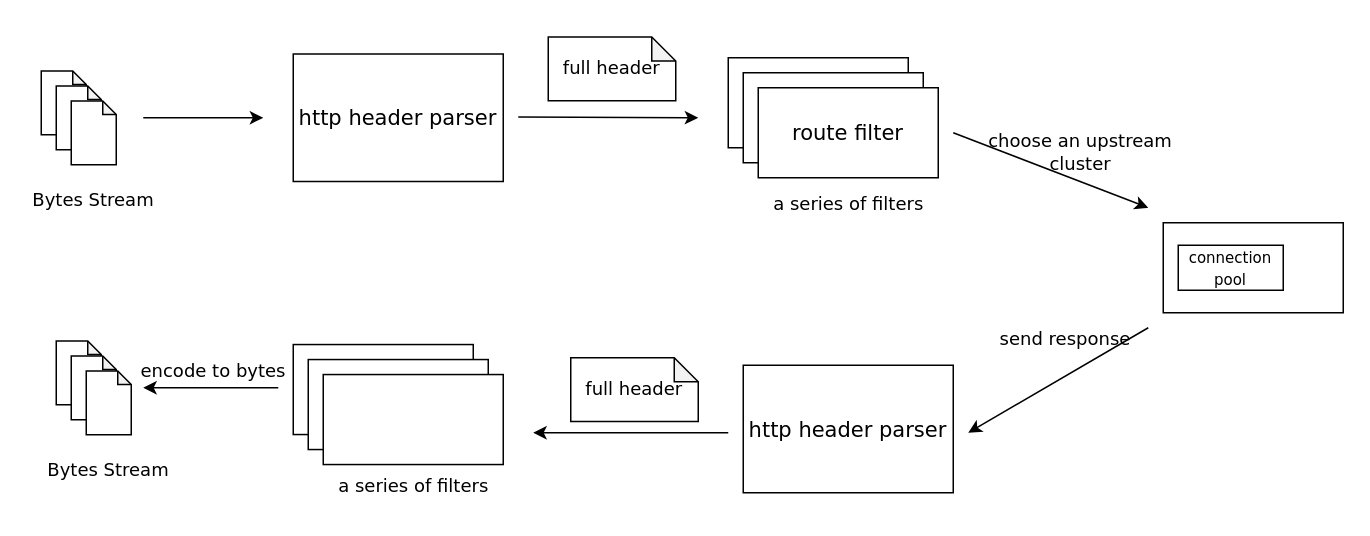
aliceziyun/meshtrek keeps this draw.io diagram as graph/envoy_http_flowchart.drawio. Above is the earlier version. Source tidied: cells renumbered, new cells numbered last; positions are measured from the earlier drawing's top-left corner, leaving out a move shared by most shapes. Both pictures are drawn from the tidied source at 150%, with x=0, y=0 at pixel (26, 36).
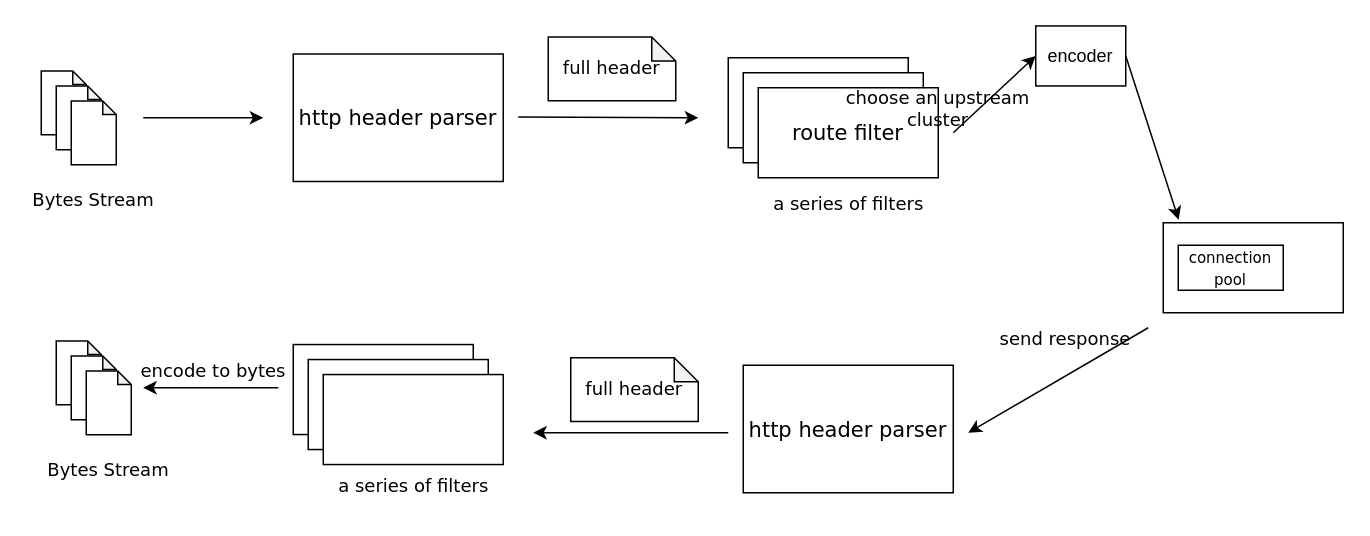
The same page after the edit.

The change refers to these unchanged cells:
```xml
<mxCell id="15" style="rounded=0;whiteSpace=wrap;html=1;" parent="1" vertex="1">
  <mxGeometry x="758" y="124" width="120" height="60" as="geometry" />
</mxCell>
```

What changed in the source:
```diff
@@
-    <mxCell id="14" style="endArrow=classic;html=1;" parent="1" edge="1">
+    <mxCell id="14" style="endArrow=classic;html=1;entryX=0;entryY=0.5;entryDx=0;entryDy=0;" parent="1" edge="1" target="33">
       <mxGeometry relative="1" as="geometry">
         <mxPoint x="618" y="64" as="sourcePoint" />
-        <mxPoint x="748" y="114" as="targetPoint" />
       </mxGeometry>
     </mxCell>
@@
     <mxCell id="16" value="&lt;font face=&quot;Verdana&quot;&gt;choose an upstream cluster&lt;/font&gt;" style="text;html=1;align=center;verticalAlign=middle;whiteSpace=wrap;rounded=0;" parent="1" vertex="1">
-      <mxGeometry x="638" y="59" width="130" height="35" as="geometry" />
+      <mxGeometry x="543" y="30.2" width="130" height="35" as="geometry" />
     </mxCell>
@@
+    <mxCell id="33" value="encoder" style="rounded=0;whiteSpace=wrap;html=1;" parent="1" vertex="1">
+      <mxGeometry x="673" y="-7.2" width="60" height="40" as="geometry" />
+    </mxCell>
+    <mxCell id="34" style="endArrow=classic;html=1;exitX=1;exitY=0.5;exitDx=0;exitDy=0;entryX=0.086;entryY=-0.033;entryDx=0;entryDy=0;entryPerimeter=0;" parent="1" edge="1" source="33" target="15">
+      <mxGeometry relative="1" as="geometry" />
+    </mxCell>
```
